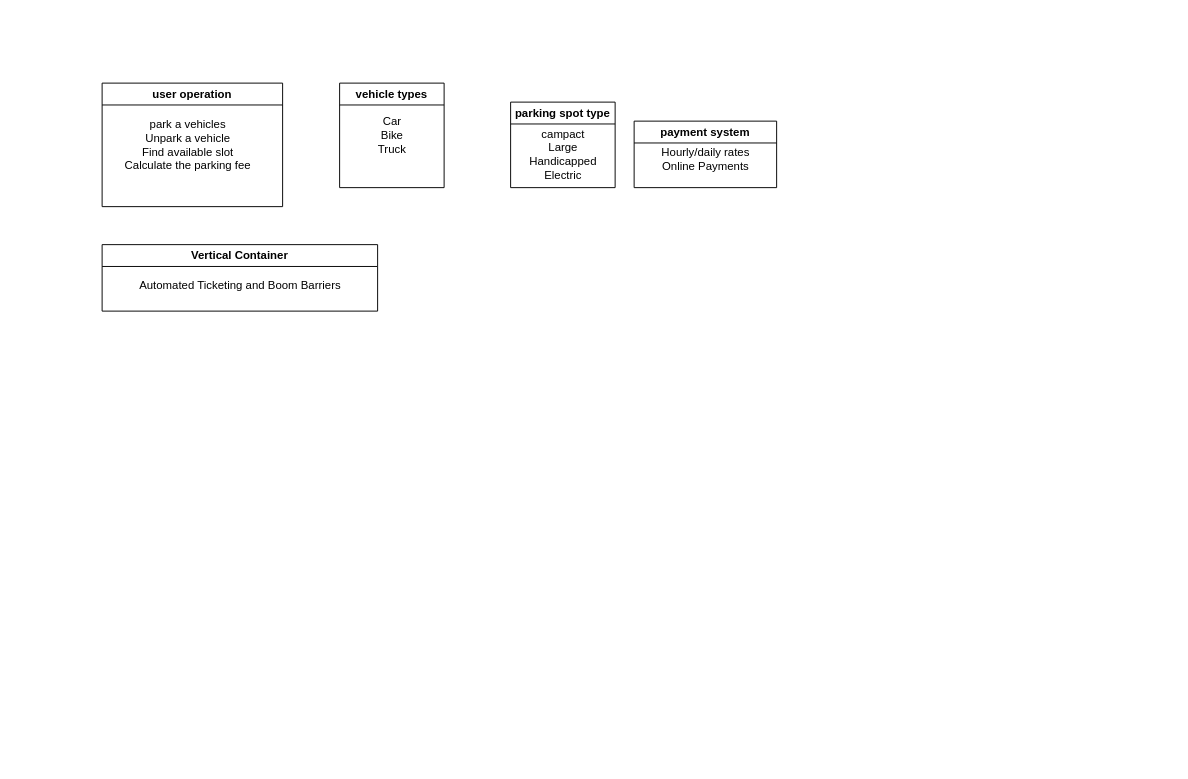
Above: Untitled Diagram.drawio in Alok-Singh4885/system-design (draw.io), before the change. Source tidied: cells renumbered, new cells numbered last; positions are measured from the earlier drawing's top-left corner, leaving out a move shared by most shapes. Both pictures are drawn from the tidied source at 95%, with x=0, y=0 at pixel (102, 83).
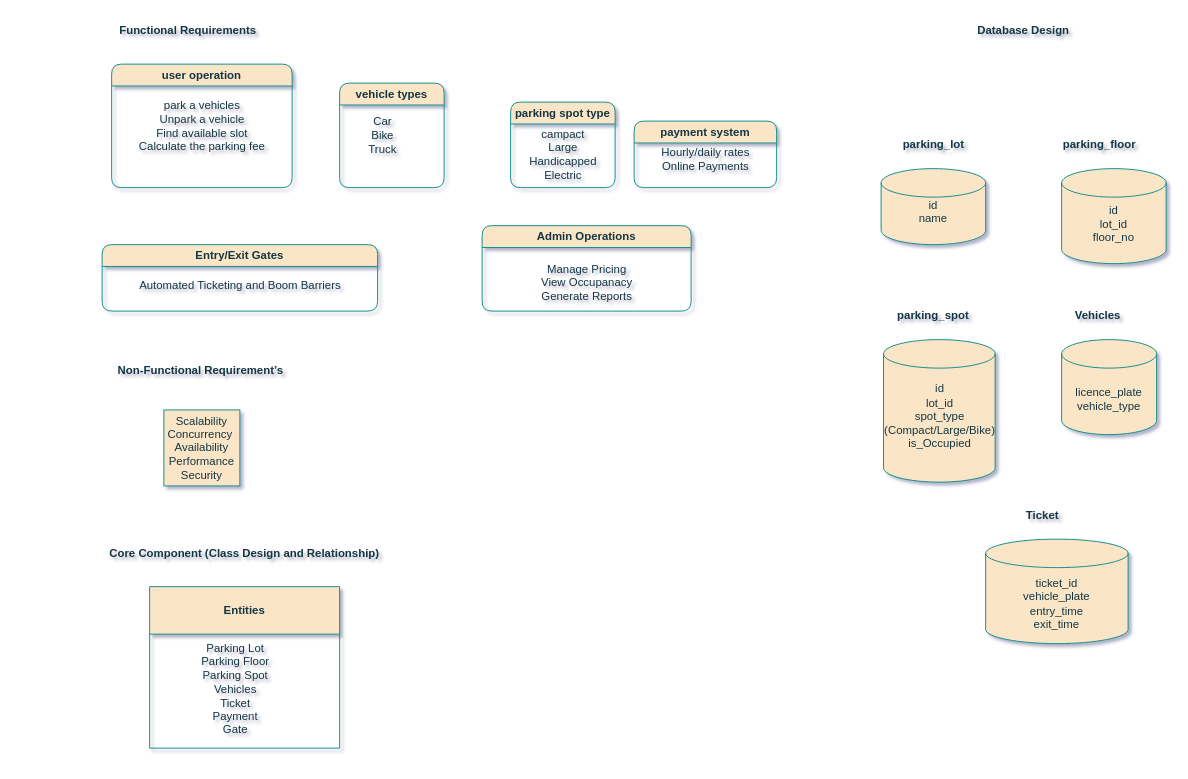
The same page after the edit.

What changed in the source:
```diff
@@
-<mxGraphModel>
+<mxGraphModel background="#ffffff" shadow="1">
@@
-    <mxCell id="2" value="user operation" style="swimlane;whiteSpace=wrap;html=1;" parent="1" vertex="1">
-      <mxGeometry width="190" height="130" as="geometry" />
+    <mxCell id="2" value="user operation" style="swimlane;whiteSpace=wrap;html=1;labelBackgroundColor=none;fillColor=#FAE5C7;strokeColor=#0F8B8D;fontColor=#143642;rounded=1;" parent="1" vertex="1">
+      <mxGeometry x="10" y="-20" width="190" height="130" as="geometry" />
     </mxCell>
-    <mxCell id="3" value="park a vehicles&lt;div&gt;Unpark a vehicle&lt;/div&gt;&lt;div&gt;Find available slot&lt;/div&gt;&lt;div&gt;Calculate the parking fee&lt;/div&gt;" style="text;html=1;align=center;verticalAlign=middle;strokeColor=none;fillColor=none;" parent="2" vertex="1">
-      <mxGeometry x="10" y="30" width="160" height="70" as="geometry" />
+    <mxCell id="3" value="park a vehicles&lt;div&gt;Unpark a vehicle&lt;/div&gt;&lt;div&gt;Find available slot&lt;/div&gt;&lt;div&gt;Calculate the parking fee&lt;/div&gt;" style="text;html=1;align=center;verticalAlign=middle;strokeColor=none;fillColor=none;labelBackgroundColor=none;fontColor=#143642;rounded=1;" parent="2" vertex="1">
+      <mxGeometry x="15" y="30" width="160" height="70" as="geometry" />
     </mxCell>
+    <mxCell id="12" value="Functional Requirements" style="text;html=1;align=center;verticalAlign=middle;strokeColor=none;fillColor=none;fontColor=#143642;fontStyle=1;" parent="1" vertex="1">
+      <mxGeometry x="10" y="-70" width="160" height="30" as="geometry" />
+    </mxCell>
-    <mxCell id="4" value="vehicle types" style="swimlane;whiteSpace=wrap;html=1;" parent="1" vertex="1">
+    <mxCell id="4" value="vehicle types" style="swimlane;whiteSpace=wrap;html=1;labelBackgroundColor=none;fillColor=#FAE5C7;strokeColor=#0F8B8D;fontColor=#143642;rounded=1;" parent="1" vertex="1">
       <mxGeometry x="250" width="110" height="110" as="geometry" />
     </mxCell>
-    <mxCell id="5" value="Car&lt;div&gt;Bike&lt;/div&gt;&lt;div&gt;Truck&lt;/div&gt;" style="text;html=1;align=center;verticalAlign=middle;strokeColor=none;fillColor=none;" parent="4" vertex="1">
-      <mxGeometry x="30" y="25" width="50" height="60" as="geometry" />
+    <mxCell id="5" value="Car&lt;div&gt;Bike&lt;/div&gt;&lt;div&gt;Truck&lt;/div&gt;" style="text;html=1;align=center;verticalAlign=middle;strokeColor=none;fillColor=none;labelBackgroundColor=none;fontColor=#143642;rounded=1;" parent="4" vertex="1">
+      <mxGeometry x="20" y="25" width="50" height="60" as="geometry" />
     </mxCell>
-    <mxCell id="6" value="parking spot type" style="swimlane;whiteSpace=wrap;html=1;" parent="1" vertex="1">
+    <mxCell id="6" value="parking spot type" style="swimlane;whiteSpace=wrap;html=1;labelBackgroundColor=none;fillColor=#FAE5C7;strokeColor=#0F8B8D;fontColor=#143642;rounded=1;" parent="1" vertex="1">
       <mxGeometry x="430" y="20" width="110" height="90" as="geometry" />
     </mxCell>
-    <mxCell id="7" value="campact&lt;div&gt;Large&lt;/div&gt;&lt;div&gt;Handicapped&lt;/div&gt;&lt;div&gt;Electric&lt;/div&gt;" style="text;html=1;align=center;verticalAlign=middle;strokeColor=none;fillColor=none;" parent="6" vertex="1">
+    <mxCell id="7" value="campact&lt;div&gt;Large&lt;/div&gt;&lt;div&gt;Handicapped&lt;/div&gt;&lt;div&gt;Electric&lt;/div&gt;" style="text;html=1;align=center;verticalAlign=middle;strokeColor=none;fillColor=none;labelBackgroundColor=none;fontColor=#143642;rounded=1;" parent="6" vertex="1">
       <mxGeometry x="10" y="20" width="90" height="70" as="geometry" />
     </mxCell>
-    <mxCell id="8" value="payment system" style="swimlane;whiteSpace=wrap;html=1;" parent="1" vertex="1">
+    <mxCell id="8" value="payment system" style="swimlane;whiteSpace=wrap;html=1;labelBackgroundColor=none;fillColor=#FAE5C7;strokeColor=#0F8B8D;fontColor=#143642;rounded=1;" parent="1" vertex="1">
       <mxGeometry x="560" y="40" width="150" height="70" as="geometry" />
     </mxCell>
-    <mxCell id="9" value="Hourly/daily rates&lt;div&gt;Online Payments&lt;/div&gt;" style="text;html=1;align=center;verticalAlign=middle;strokeColor=none;fillColor=none;" parent="8" vertex="1">
+    <mxCell id="9" value="Hourly/daily rates&lt;div&gt;Online Payments&lt;/div&gt;" style="text;html=1;align=center;verticalAlign=middle;strokeColor=none;fillColor=none;labelBackgroundColor=none;fontColor=#143642;rounded=1;" parent="8" vertex="1">
       <mxGeometry x="15" y="20" width="120" height="40" as="geometry" />
     </mxCell>
-    <mxCell id="10" value="Vertical Container" style="swimlane;whiteSpace=wrap;html=1;" parent="1" vertex="1">
+    <mxCell id="10" value="Entry/Exit Gates" style="swimlane;whiteSpace=wrap;html=1;labelBackgroundColor=none;fillColor=#FAE5C7;strokeColor=#0F8B8D;fontColor=#143642;rounded=1;" parent="1" vertex="1">
       <mxGeometry y="170" width="290" height="70" as="geometry" />
     </mxCell>
-    <mxCell id="11" value="Automated Ticketing and Boom Barriers" style="text;html=1;align=center;verticalAlign=middle;strokeColor=none;fillColor=none;" parent="10" vertex="1">
+    <mxCell id="11" value="Automated Ticketing and Boom Barriers" style="text;html=1;align=center;verticalAlign=middle;strokeColor=none;fillColor=none;labelBackgroundColor=none;fontColor=#143642;rounded=1;" parent="10" vertex="1">
       <mxGeometry x="25" y="28" width="240" height="30" as="geometry" />
     </mxCell>
+    <mxCell id="13" value="Admin Operations" style="swimlane;whiteSpace=wrap;html=1;labelBackgroundColor=none;fillColor=#FAE5C7;strokeColor=#0F8B8D;fontColor=#143642;rounded=1;" parent="1" vertex="1">
+      <mxGeometry x="400" y="150" width="220" height="90" as="geometry" />
+    </mxCell>
+    <mxCell id="14" value="Manage Pricing&lt;div&gt;View Occupanacy&lt;/div&gt;&lt;div&gt;Generate Reports&lt;/div&gt;" style="text;html=1;align=center;verticalAlign=middle;strokeColor=none;fillColor=none;labelBackgroundColor=none;fontColor=#143642;rounded=1;" parent="13" vertex="1">
+      <mxGeometry x="50" y="30" width="120" height="60" as="geometry" />
+    </mxCell>
+    <mxCell id="15" value="Non-Functional Requirement’s&amp;nbsp;" style="text;html=1;align=center;verticalAlign=middle;strokeColor=none;fillColor=none;fontColor=#143642;fontStyle=1;" parent="1" vertex="1">
+      <mxGeometry x="10" y="288" width="190" height="30" as="geometry" />
+    </mxCell>
+    <mxCell id="16" value="Scalability&lt;div&gt;Concurrency&amp;nbsp;&lt;/div&gt;&lt;div&gt;Availability&lt;/div&gt;&lt;div&gt;Performance&lt;/div&gt;&lt;div&gt;Security&lt;/div&gt;" style="whiteSpace=wrap;html=1;strokeColor=#0F8B8D;fontColor=#143642;fillColor=#FAE5C7;" parent="1" vertex="1">
+      <mxGeometry x="65" y="344" width="80" height="80" as="geometry" />
+    </mxCell>
+    <mxCell id="17" value="Entities" style="swimlane;whiteSpace=wrap;html=1;strokeColor=#0F8B8D;fontColor=#143642;fillColor=#FAE5C7;startSize=50;" parent="1" vertex="1">
+      <mxGeometry x="50" y="530" width="200" height="170" as="geometry" />
+    </mxCell>
+    <mxCell id="18" value="Parking Lot&lt;div&gt;Parking Floor&lt;/div&gt;&lt;div&gt;Parking Spot&lt;/div&gt;&lt;div&gt;Vehicles&lt;/div&gt;&lt;div&gt;Ticket&lt;/div&gt;&lt;div&gt;Payment&lt;/div&gt;&lt;div&gt;Gate&lt;/div&gt;&lt;div&gt;&lt;br&gt;&lt;/div&gt;" style="text;html=1;align=center;verticalAlign=middle;strokeColor=none;fillColor=none;fontColor=#143642;" parent="17" vertex="1">
+      <mxGeometry x="45" y="50" width="90" height="130" as="geometry" />
+    </mxCell>
+    <mxCell id="19" style="text;html=1;align=center;verticalAlign=middle;strokeColor=none;fillColor=none;fontColor=#143642;" parent="1" vertex="1">
+      <mxGeometry x="10" y="488" width="20" height="30" as="geometry" />
+    </mxCell>
+    <mxCell id="20" value="&lt;b&gt;Core Component (Class Design and Relationship)&lt;/b&gt;" style="text;html=1;align=center;verticalAlign=middle;whiteSpace=wrap;rounded=0;fontColor=#143642;" parent="1" vertex="1">
+      <mxGeometry x="-90" y="480" width="480" height="30" as="geometry" />
+    </mxCell>
+    <mxCell id="21" value="&lt;b&gt;Database Design&lt;/b&gt;" style="text;html=1;align=center;verticalAlign=middle;whiteSpace=wrap;rounded=0;fontColor=#143642;" parent="1" vertex="1">
+      <mxGeometry x="870" y="-70" width="200" height="30" as="geometry" />
+    </mxCell>
+    <mxCell id="22" value="id&lt;div&gt;name&lt;/div&gt;&lt;div&gt;&lt;br&gt;&lt;/div&gt;" style="shape=cylinder3;whiteSpace=wrap;html=1;boundedLbl=1;backgroundOutline=1;size=15;strokeColor=#0F8B8D;fontColor=#143642;fillColor=#FAE5C7;" parent="1" vertex="1">
+      <mxGeometry x="820" y="90" width="110" height="80" as="geometry" />
+    </mxCell>
+    <mxCell id="23" value="&lt;b&gt;parking_lot&lt;/b&gt;" style="text;html=1;align=center;verticalAlign=middle;whiteSpace=wrap;rounded=0;fontColor=#143642;" parent="1" vertex="1">
+      <mxGeometry x="822.5" y="50" width="105" height="30" as="geometry" />
+    </mxCell>
+    <mxCell id="24" value="&lt;b&gt;parking_floor&lt;/b&gt;" style="text;html=1;align=center;verticalAlign=middle;whiteSpace=wrap;rounded=0;fontColor=#143642;" parent="1" vertex="1">
+      <mxGeometry x="1010" y="50" width="80" height="30" as="geometry" />
+    </mxCell>
+    <mxCell id="25" value="&lt;div&gt;&lt;br&gt;&lt;/div&gt;&lt;div&gt;&lt;br&gt;&lt;/div&gt;id&lt;div&gt;lot_id&lt;/div&gt;&lt;div&gt;floor_no&lt;/div&gt;&lt;p&gt;&lt;br&gt;&lt;/p&gt;" style="shape=cylinder3;whiteSpace=wrap;html=1;boundedLbl=1;backgroundOutline=1;size=15;strokeColor=#0F8B8D;fontColor=#143642;fillColor=#FAE5C7;" parent="1" vertex="1">
+      <mxGeometry x="1010" y="90" width="110" height="100" as="geometry" />
+    </mxCell>
+    <mxCell id="26" value="&lt;b&gt;parking_spot&lt;/b&gt;" style="text;html=1;align=center;verticalAlign=middle;whiteSpace=wrap;rounded=0;fontColor=#143642;" parent="1" vertex="1">
+      <mxGeometry x="845" y="230" width="60" height="30" as="geometry" />
+    </mxCell>
+    <mxCell id="27" value="id&lt;div&gt;lot_id&lt;div&gt;spot_type&lt;/div&gt;&lt;div&gt;(Compact/Large/Bike)&lt;/div&gt;&lt;div&gt;is_Occupied&lt;/div&gt;&lt;div&gt;&lt;br&gt;&lt;/div&gt;&lt;/div&gt;" style="shape=cylinder3;whiteSpace=wrap;html=1;boundedLbl=1;backgroundOutline=1;size=15;strokeColor=#0F8B8D;fontColor=#143642;fillColor=#FAE5C7;" parent="1" vertex="1">
+      <mxGeometry x="822.5" y="270" width="117.5" height="150" as="geometry" />
+    </mxCell>
+    <mxCell id="28" value="&lt;b&gt;Vehicles&lt;/b&gt;&amp;nbsp;" style="text;html=1;align=center;verticalAlign=middle;whiteSpace=wrap;rounded=0;fontColor=#143642;" parent="1" vertex="1">
+      <mxGeometry x="1020" y="230" width="60" height="30" as="geometry" />
+    </mxCell>
+    <mxCell id="29" value="licence_plate&lt;div&gt;vehicle_type&lt;/div&gt;" style="shape=cylinder3;whiteSpace=wrap;html=1;boundedLbl=1;backgroundOutline=1;size=15;strokeColor=#0F8B8D;fontColor=#143642;fillColor=#FAE5C7;" parent="1" vertex="1">
+      <mxGeometry x="1010" y="270" width="100" height="100" as="geometry" />
+    </mxCell>
+    <mxCell id="30" value="&lt;b&gt;Ticket&lt;/b&gt;" style="text;html=1;align=center;verticalAlign=middle;whiteSpace=wrap;rounded=0;fontColor=#143642;" parent="1" vertex="1">
+      <mxGeometry x="960" y="440" width="60" height="30" as="geometry" />
+    </mxCell>
+    <mxCell id="31" value="ticket_id&lt;div&gt;vehicle_plate&lt;/div&gt;&lt;div&gt;entry_time&lt;/div&gt;&lt;div&gt;exit_time&lt;/div&gt;" style="shape=cylinder3;whiteSpace=wrap;html=1;boundedLbl=1;backgroundOutline=1;size=15;strokeColor=#0F8B8D;fontColor=#143642;fillColor=#FAE5C7;" parent="1" vertex="1">
+      <mxGeometry x="930" y="480" width="150" height="110" as="geometry" />
+    </mxCell>
```
